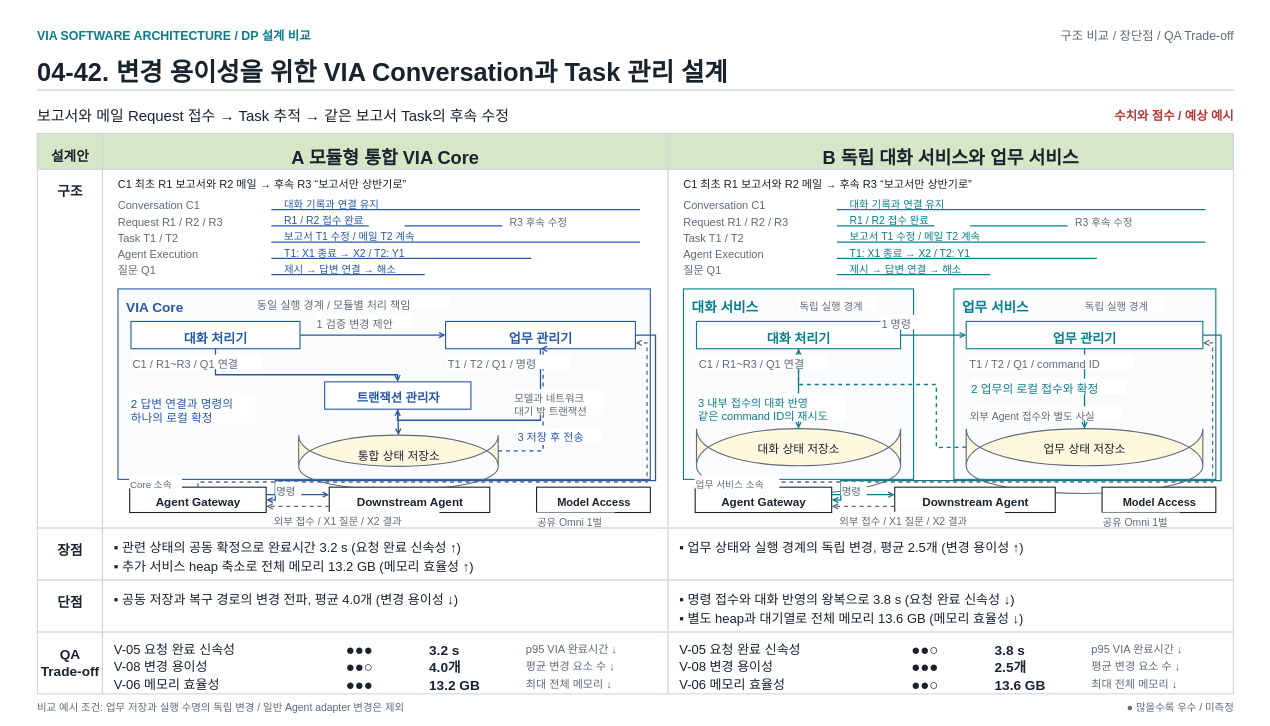
cbyche/via-sw-architecture keeps this draw.io diagram as docs/presentations_files/dp-comparison/dp42-comparison.drawio. Above is the earlier version. Source tidied: cells renumbered, new cells numbered last; positions are measured from the earlier drawing's top-left corner, leaving out a move shared by most shapes. Both pictures are drawn from the tidied source at 65%, with x=0, y=0 at pixel (11, 11).
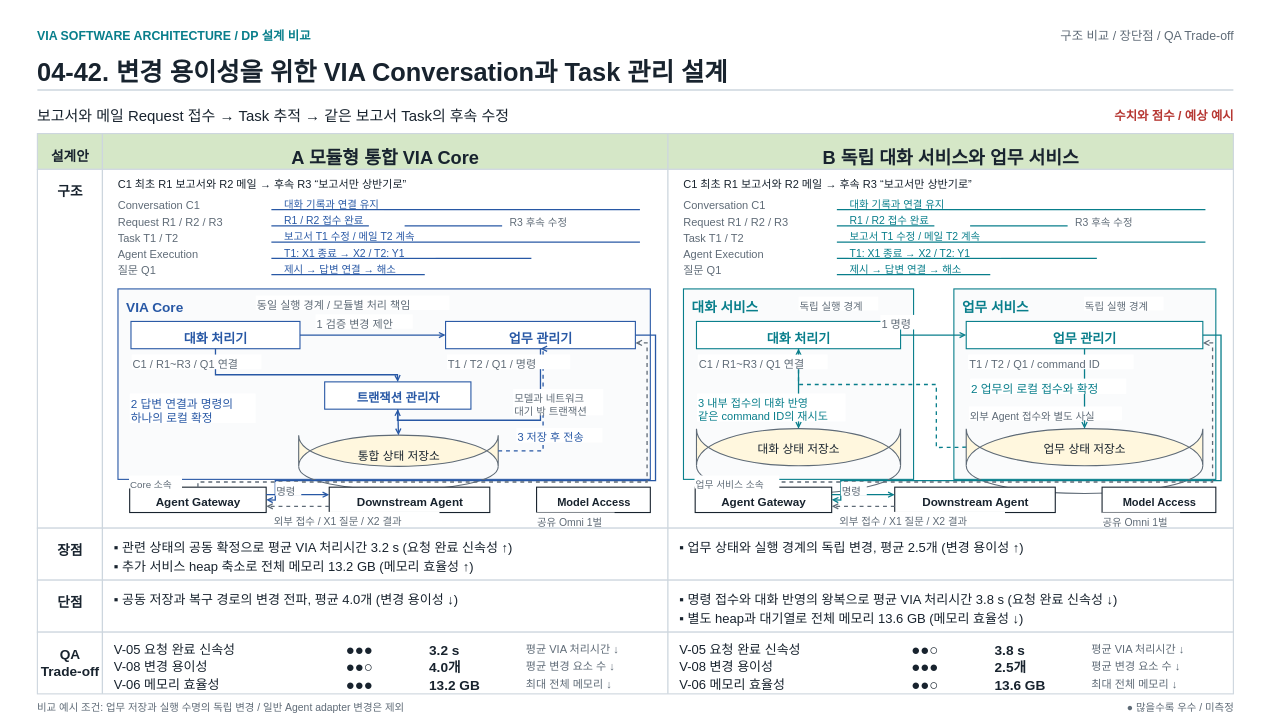
The same diagram, later.

What changed in the source:
```diff
@@
-    <mxCell id="22" value="&lt;div style=&quot;line-height:1.3;&quot;&gt;▪ 관련 상태의 공동 확정으로 완료시간 3.2 s (요청 완료 신속성 ↑)&lt;/div&gt;" style="fontFamily=Apple SD Gothic Neo;text;html=1;whiteSpace=nowrap;overflow=visible;fillColor=none;strokeColor=none;align=left;verticalAlign=top;spacing=0;fontSize=20;fontColor=#18232E;fontStyle=0;" parent="1" vertex="1">
+    <mxCell id="22" value="&lt;div style=&quot;line-height:1.3;&quot;&gt;▪ 관련 상태의 공동 확정으로 평균 VIA 처리시간 3.2 s (요청 완료 신속성 ↑)&lt;/div&gt;" style="fontFamily=Apple SD Gothic Neo;text;html=1;whiteSpace=nowrap;overflow=visible;fillColor=none;strokeColor=none;align=left;verticalAlign=top;spacing=0;fontSize=20;fontColor=#18232E;fontStyle=0;" parent="1" vertex="1">
       <mxGeometry x="158" y="808" width="836" height="26" as="geometry" />
     </mxCell>
@@
-    <mxCell id="28" value="&lt;div style=&quot;line-height:1.3;&quot;&gt;p95 VIA 완료시간 ↓&lt;/div&gt;" style="fontFamily=Apple SD Gothic Neo;text;html=1;whiteSpace=nowrap;overflow=visible;fillColor=none;strokeColor=none;align=left;verticalAlign=top;spacing=0;fontSize=17;fontColor=#5F6B77;fontStyle=0;" parent="1" vertex="1">
+    <mxCell id="28" value="&lt;div style=&quot;line-height:1.3;&quot;&gt;평균 VIA 처리시간 ↓&lt;/div&gt;" style="fontFamily=Apple SD Gothic Neo;text;html=1;whiteSpace=nowrap;overflow=visible;fillColor=none;strokeColor=none;align=left;verticalAlign=top;spacing=0;fontSize=17;fontColor=#5F6B77;fontStyle=0;" parent="1" vertex="1">
       <mxGeometry x="792" y="966" width="206" height="22.1" as="geometry" />
     </mxCell>
@@
-    <mxCell id="39" value="&lt;div style=&quot;line-height:1.3;&quot;&gt;▪ 명령 접수와 대화 반영의 왕복으로 3.8 s (요청 완료 신속성 ↓)&lt;/div&gt;" style="fontFamily=Apple SD Gothic Neo;text;html=1;whiteSpace=nowrap;overflow=visible;fillColor=none;strokeColor=none;align=left;verticalAlign=top;spacing=0;fontSize=20;fontColor=#18232E;fontStyle=0;" parent="1" vertex="1">
+    <mxCell id="39" value="&lt;div style=&quot;line-height:1.3;&quot;&gt;▪ 명령 접수와 대화 반영의 왕복으로 평균 VIA 처리시간 3.8 s (요청 완료 신속성 ↓)&lt;/div&gt;" style="fontFamily=Apple SD Gothic Neo;text;html=1;whiteSpace=nowrap;overflow=visible;fillColor=none;strokeColor=none;align=left;verticalAlign=top;spacing=0;fontSize=20;fontColor=#18232E;fontStyle=0;" parent="1" vertex="1">
       <mxGeometry x="1028" y="888" width="836" height="26" as="geometry" />
     </mxCell>
@@
-    <mxCell id="44" value="&lt;div style=&quot;line-height:1.3;&quot;&gt;p95 VIA 완료시간 ↓&lt;/div&gt;" style="fontFamily=Apple SD Gothic Neo;text;html=1;whiteSpace=nowrap;overflow=visible;fillColor=none;strokeColor=none;align=left;verticalAlign=top;spacing=0;fontSize=17;fontColor=#5F6B77;fontStyle=0;" parent="1" vertex="1">
+    <mxCell id="44" value="&lt;div style=&quot;line-height:1.3;&quot;&gt;평균 VIA 처리시간 ↓&lt;/div&gt;" style="fontFamily=Apple SD Gothic Neo;text;html=1;whiteSpace=nowrap;overflow=visible;fillColor=none;strokeColor=none;align=left;verticalAlign=top;spacing=0;fontSize=17;fontColor=#5F6B77;fontStyle=0;" parent="1" vertex="1">
       <mxGeometry x="1662" y="966" width="206" height="22.1" as="geometry" />
     </mxCell>
```
